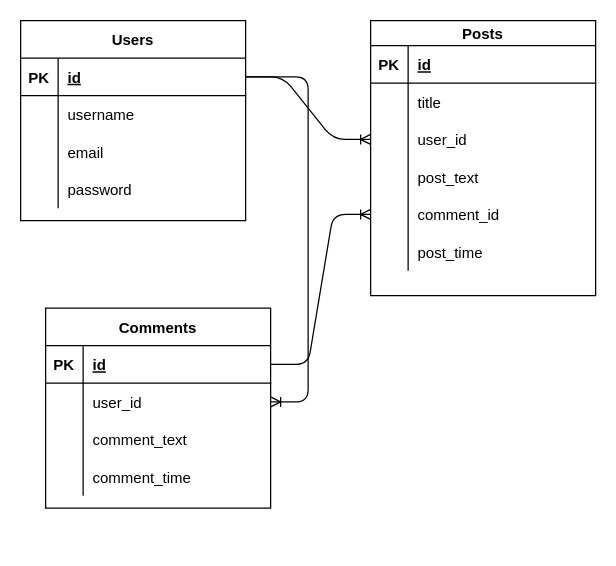
prkrgreenwell/tech-blog-mvc-challenge keeps this draw.io diagram as erd.drawio. Above is the earlier version. Source tidied: cells renumbered, new cells numbered last; positions are measured from the earlier drawing's top-left corner, leaving out a move shared by most shapes. Both pictures are drawn from the tidied source at 125%, with x=0, y=0 at pixel (20, 20).
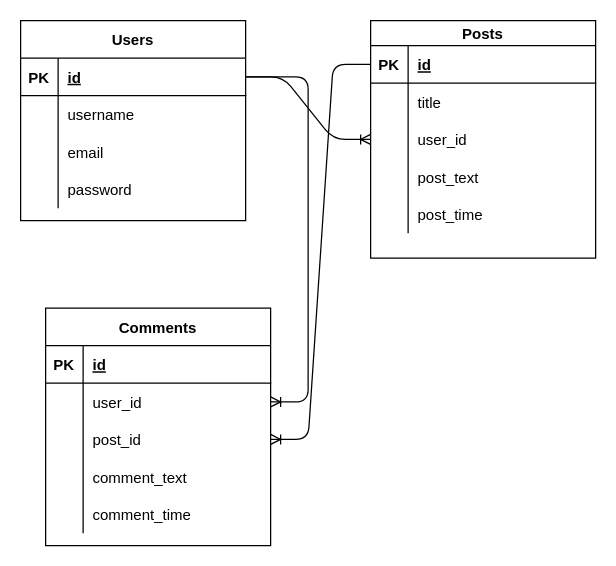
Above is the later version.

The change refers to these unchanged cells:
```xml
<mxCell id="16" style="shape=partialRectangle;fillColor=none;top=0;left=0;bottom=1;right=0;points=[[0,0.5],[1,0.5]];portConstraint=eastwest;" parent="15" vertex="1">
  <mxGeometry y="20" width="180" height="30" as="geometry" />
</mxCell>
<mxCell id="35" style="shape=partialRectangle;fillColor=none;top=0;left=0;bottom=1;right=0;points=[[0,0.5],[1,0.5]];portConstraint=eastwest;" parent="34" vertex="1">
  <mxGeometry y="30" width="180" height="30" as="geometry" />
</mxCell>
```

Change to the diagram source:
```diff
@@
     <mxCell id="15" value="Posts" style="shape=table;startSize=20;childLayout=tableLayout;rowLines=0;fontStyle=1;align=center;" parent="1" vertex="1">
-      <mxGeometry x="280" width="180" height="220" as="geometry" />
+      <mxGeometry x="280" width="180" height="190" as="geometry" />
     </mxCell>
@@
-    <mxCell id="28" style="shape=partialRectangle;fillColor=none;top=0;left=0;bottom=0;right=0;points=[[0,0.5],[1,0.5]];portConstraint=eastwest;" parent="15" vertex="1">
-      <mxGeometry y="140" width="180" height="30" as="geometry" />
-    </mxCell>
-    <mxCell id="29" style="shape=partialRectangle;fillColor=none;top=0;left=0;bottom=0;right=0;overflow=hidden;" parent="28" vertex="1">
-      <mxGeometry width="30" height="30" as="geometry" />
-    </mxCell>
-    <mxCell id="30" value="comment_id" style="shape=partialRectangle;fillColor=none;top=0;left=0;bottom=0;right=0;align=left;spacingLeft=6;overflow=hidden;" parent="28" vertex="1">
-      <mxGeometry x="30" width="150" height="30" as="geometry" />
-    </mxCell>
     <mxCell id="31" style="shape=partialRectangle;fillColor=none;top=0;left=0;bottom=0;right=0;" parent="15" vertex="1">
-      <mxGeometry y="170" width="180" height="30" as="geometry" />
+      <mxGeometry y="140" width="180" height="30" as="geometry" />
     </mxCell>
@@
     <mxCell id="34" value="Comments" style="shape=table;startSize=30;childLayout=tableLayout;rowLines=0;fontStyle=1;align=center;" parent="1" vertex="1">
-      <mxGeometry x="20" y="230" width="180" height="160" as="geometry" />
+      <mxGeometry x="20" y="230" width="180" height="190" as="geometry" />
     </mxCell>
@@
+    <mxCell id="50" style="shape=partialRectangle;fillColor=none;top=0;left=0;bottom=0;right=0;points=[[0,0.5],[1,0.5]];portConstraint=eastwest;" parent="34" vertex="1">
+      <mxGeometry y="90" width="180" height="30" as="geometry" />
+    </mxCell>
+    <mxCell id="29" style="shape=partialRectangle;fillColor=none;top=0;left=0;bottom=0;right=0;overflow=hidden;" parent="50" vertex="1">
+      <mxGeometry width="30" height="30" as="geometry" />
+    </mxCell>
+    <mxCell id="51" value="post_id" style="shape=partialRectangle;fillColor=none;top=0;left=0;bottom=0;right=0;align=left;spacingLeft=6;overflow=hidden;" parent="50" vertex="1">
+      <mxGeometry x="30" width="150" height="30" as="geometry" />
+    </mxCell>
     <mxCell id="41" style="shape=partialRectangle;fillColor=none;top=0;left=0;bottom=0;right=0;" parent="34" vertex="1">
-      <mxGeometry y="90" width="180" height="30" as="geometry" />
+      <mxGeometry y="120" width="180" height="30" as="geometry" />
     </mxCell>
@@
     <mxCell id="44" style="shape=partialRectangle;fillColor=none;top=0;left=0;bottom=0;right=0;" parent="34" vertex="1">
-      <mxGeometry y="120" width="180" height="30" as="geometry" />
+      <mxGeometry y="150" width="180" height="30" as="geometry" />
     </mxCell>
@@
-    <mxCell id="49" style="edgeStyle=entityRelationEdgeStyle;fontSize=12;html=1;endArrow=ERoneToMany;exitX=1;exitY=0.5;exitDx=0;exitDy=0;entryX=0;entryY=0.5;entryDx=0;entryDy=0;" parent="1" edge="1" source="35" target="28">
+    <mxCell id="49" style="edgeStyle=entityRelationEdgeStyle;fontSize=12;html=1;endArrow=ERoneToMany;exitX=0;exitY=0.5;exitDx=0;exitDy=0;" parent="1" edge="1" source="16" target="50">
       <mxGeometry relative="1" as="geometry" />
     </mxCell>
```
